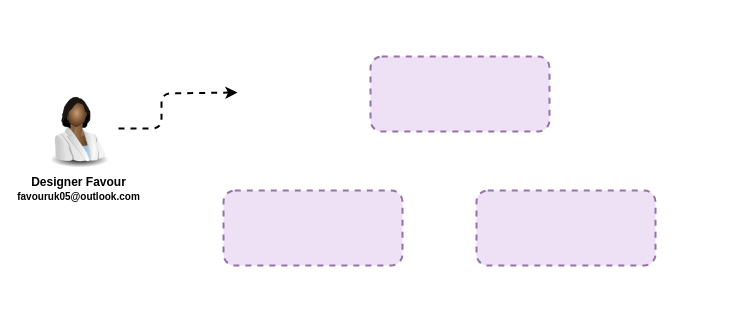
Before: Untitled Diagram.drawio in favouruk05/example-repo, a draw.io diagram. Source tidied: cells renumbered, new cells numbered last; positions are measured from the earlier drawing's top-left corner, leaving out a move shared by most shapes. Both pictures are drawn from the tidied source at 100%, with x=0, y=0 at pixel (38, 56).
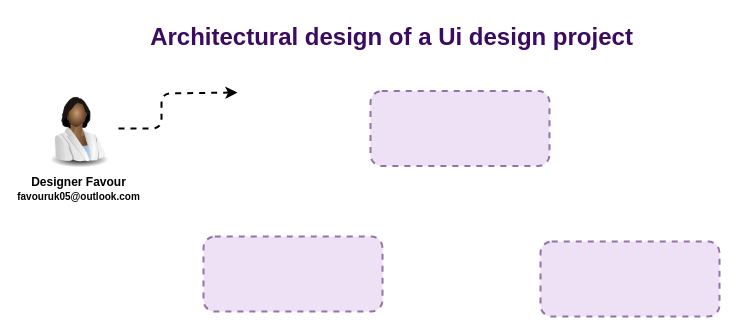
The same page after the edit.

What changed in the source:
```diff
@@
 <mxGraphModel>
   <root>
     <mxCell id="0" />
     <mxCell id="1" parent="0" />
     <mxCell id="2" style="rounded=1;whiteSpace=wrap;html=1;fillColor=#eee0f5;strokeColor=#9673a6;strokeWidth=2;dashed=1;" parent="1" vertex="1">
-      <mxGeometry x="332" width="179" height="75" as="geometry" />
+      <mxGeometry x="332" y="34.5" width="179" height="75" as="geometry" />
     </mxCell>
     <mxCell id="3" style="edgeStyle=orthogonalEdgeStyle;rounded=1;jettySize=auto;html=1;dashed=1;strokeWidth=2;curved=0;" parent="1" edge="1" source="4">
       <mxGeometry relative="1" as="geometry">
         <mxPoint x="199" y="36" as="targetPoint" />
         <Array as="points">
           <mxPoint x="123" y="72" />
           <mxPoint x="123" y="37" />
         </Array>
       </mxGeometry>
     </mxCell>
     <mxCell id="4" value="&lt;span&gt;Designer Favour&lt;br&gt;&lt;font style=&quot;font-size: 10px;&quot;&gt;favouruk05@outlook.com&lt;/font&gt;&lt;/span&gt;" style="image;html=1;image=img/lib/clip_art/people/Scientist_Woman_Black_128x128.png;fontStyle=1;" parent="1" vertex="1">
       <mxGeometry y="32" width="80" height="80" as="geometry" />
     </mxCell>
     <mxCell id="5" style="rounded=1;whiteSpace=wrap;html=1;fillColor=#eee0f5;strokeColor=#9673a6;strokeWidth=2;dashed=1;" parent="1" vertex="1">
-      <mxGeometry x="438" y="134" width="179" height="75" as="geometry" />
+      <mxGeometry x="502" y="185" width="179" height="75" as="geometry" />
     </mxCell>
     <mxCell id="6" style="rounded=1;whiteSpace=wrap;html=1;fillColor=#eee0f5;strokeColor=#9673a6;strokeWidth=2;dashed=1;" parent="1" vertex="1">
-      <mxGeometry x="185" y="134" width="179" height="75" as="geometry" />
+      <mxGeometry x="165" y="180" width="179" height="75" as="geometry" />
     </mxCell>
+    <mxCell id="7" value="Architectural design of a Ui design project" style="text;strokeColor=none;fillColor=none;html=1;fontSize=24;fontStyle=1;verticalAlign=middle;align=center;fontColor=#3a0b60;" parent="1" vertex="1">
+      <mxGeometry x="90" y="-39" width="525" height="40" as="geometry" />
+    </mxCell>
   </root>
 </mxGraphModel>
```
